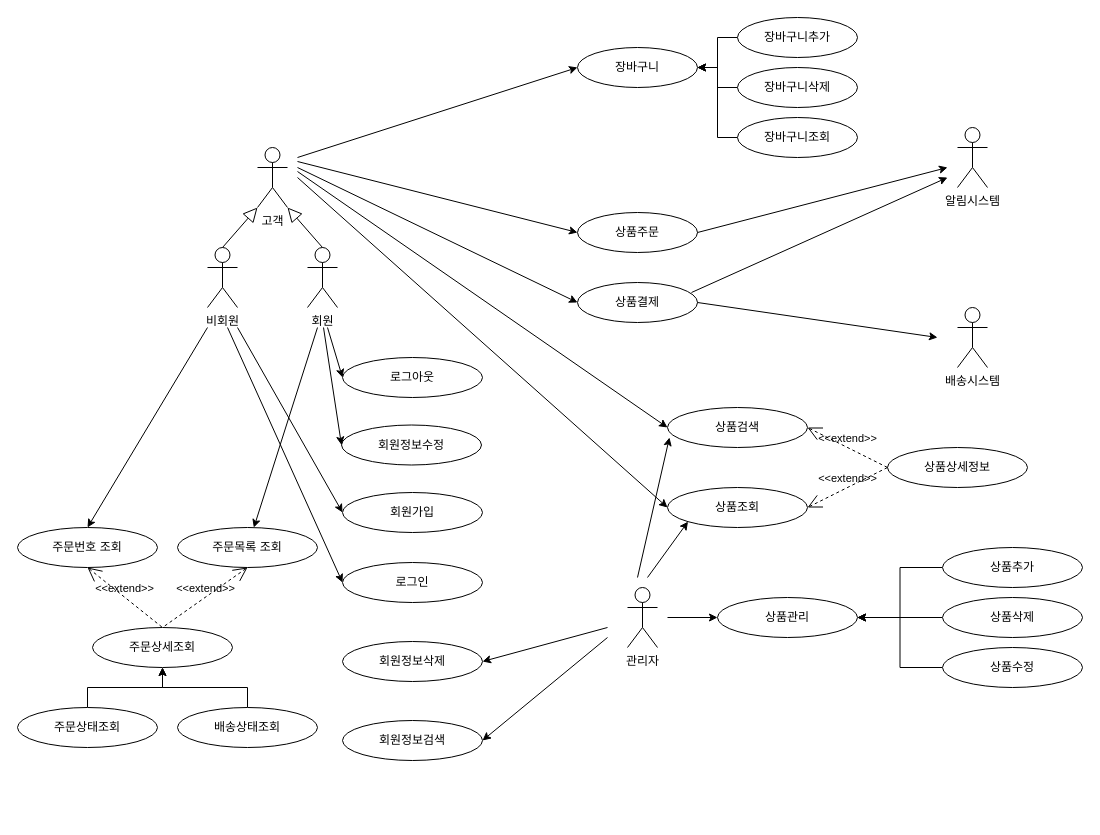
Above: assets/[PROJ]UCD.drawio in BKing625/ShopingMallProj (draw.io), before the change. Source tidied: cells renumbered, new cells numbered last; positions are measured from the earlier drawing's top-left corner, leaving out a move shared by most shapes. Both pictures are drawn from the tidied source at 100%, with x=0, y=0 at pixel (17, -683).
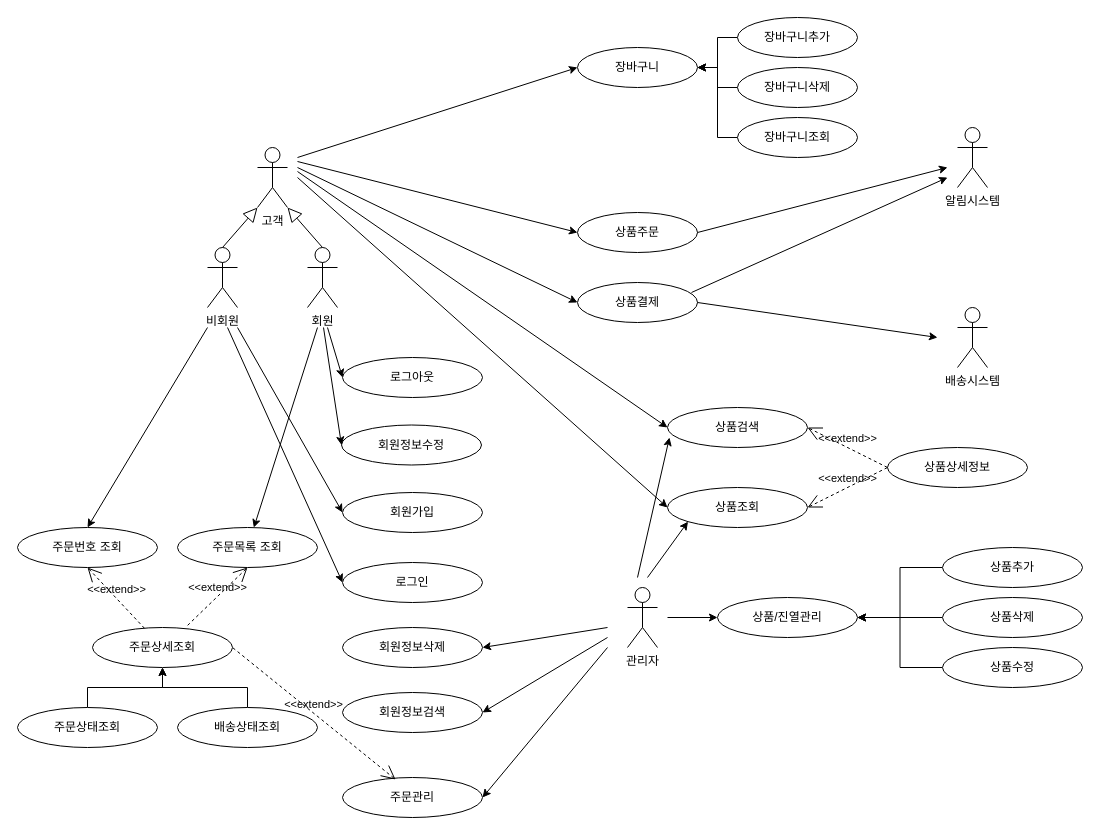
Above is the later version.

Unchanged cells that the change refers to:
```xml
<mxCell id="29" value="주문상세조회" style="ellipse;whiteSpace=wrap;html=1;" parent="1" vertex="1">
  <mxGeometry x="75" y="1310" width="140" height="40" as="geometry" />
</mxCell>
<mxCell id="30" value="주문번호 조회" style="ellipse;whiteSpace=wrap;html=1;" parent="1" vertex="1">
  <mxGeometry y="1210" width="140" height="40" as="geometry" />
</mxCell>
<mxCell id="31" value="주문목록 조회&lt;br&gt;" style="ellipse;whiteSpace=wrap;html=1;" parent="1" vertex="1">
  <mxGeometry x="160" y="1210" width="140" height="40" as="geometry" />
</mxCell>
```

Change to the diagram source:
```diff
@@
     <mxCell id="18" value="회원정보삭제" style="ellipse;whiteSpace=wrap;html=1;" parent="1" vertex="1">
-      <mxGeometry x="325" y="1324" width="140" height="40" as="geometry" />
+      <mxGeometry x="325" y="1310" width="140" height="40" as="geometry" />
     </mxCell>
@@
-    <mxCell id="21" value="상품관리" style="ellipse;whiteSpace=wrap;html=1;" parent="1" vertex="1">
+    <mxCell id="21" value="상품/진열관리" style="ellipse;whiteSpace=wrap;html=1;" parent="1" vertex="1">
       <mxGeometry x="700" y="1280" width="140" height="40" as="geometry" />
     </mxCell>
@@
-    <mxCell id="32" value="&amp;lt;&amp;lt;extend&amp;gt;&amp;gt;" style="edgeStyle=none;html=1;startArrow=open;endArrow=none;startSize=12;verticalAlign=bottom;dashed=1;labelBackgroundColor=none;exitX=0.5;exitY=1;exitDx=0;exitDy=0;entryX=0.5;entryY=0;entryDx=0;entryDy=0;" parent="1" edge="1" source="31" target="29">
+    <mxCell id="32" value="&amp;lt;&amp;lt;extend&amp;gt;&amp;gt;" style="edgeStyle=none;html=1;startArrow=open;endArrow=none;startSize=12;verticalAlign=bottom;dashed=1;labelBackgroundColor=none;exitX=0.5;exitY=1;exitDx=0;exitDy=0;entryX=0.671;entryY=-0.025;entryDx=0;entryDy=0;entryPerimeter=0;" parent="1" edge="1" source="31" target="29">
       <mxGeometry relative="1" as="geometry" />
     </mxCell>
-    <mxCell id="33" value="&amp;lt;&amp;lt;extend&amp;gt;&amp;gt;" style="edgeStyle=none;html=1;startArrow=open;endArrow=none;startSize=12;verticalAlign=bottom;dashed=1;labelBackgroundColor=none;exitX=0.5;exitY=1;exitDx=0;exitDy=0;entryX=0.5;entryY=0;entryDx=0;entryDy=0;" parent="1" edge="1" source="30" target="29">
+    <mxCell id="33" value="&amp;lt;&amp;lt;extend&amp;gt;&amp;gt;" style="edgeStyle=none;html=1;startArrow=open;endArrow=none;startSize=12;verticalAlign=bottom;dashed=1;labelBackgroundColor=none;exitX=0.5;exitY=1;exitDx=0;exitDy=0;" parent="1" edge="1" source="30" target="29">
       <mxGeometry relative="1" as="geometry" />
     </mxCell>
@@
     <mxCell id="66" value="회원정보검색" style="ellipse;whiteSpace=wrap;html=1;" parent="1" vertex="1">
-      <mxGeometry x="325" y="1403" width="140" height="40" as="geometry" />
+      <mxGeometry x="325" y="1375" width="140" height="40" as="geometry" />
     </mxCell>
@@
+    <mxCell id="68" value="주문관리" style="ellipse;whiteSpace=wrap;html=1;" parent="1" vertex="1">
+      <mxGeometry x="325" y="1460" width="140" height="40" as="geometry" />
+    </mxCell>
+    <mxCell id="69" value="&amp;lt;&amp;lt;extend&amp;gt;&amp;gt;" style="edgeStyle=none;html=1;startArrow=open;endArrow=none;startSize=12;verticalAlign=bottom;dashed=1;labelBackgroundColor=none;exitX=0.379;exitY=0.05;exitDx=0;exitDy=0;entryX=1;entryY=0.5;entryDx=0;entryDy=0;exitPerimeter=0;" parent="1" edge="1" source="68" target="29">
+      <mxGeometry relative="1" as="geometry" />
+    </mxCell>
+    <mxCell id="70" style="endArrow=classic;html=1;entryX=1;entryY=0.5;entryDx=0;entryDy=0;" parent="1" edge="1" target="68">
+      <mxGeometry relative="1" as="geometry">
+        <mxPoint x="590" y="1330" as="sourcePoint" />
+      </mxGeometry>
+    </mxCell>
```
